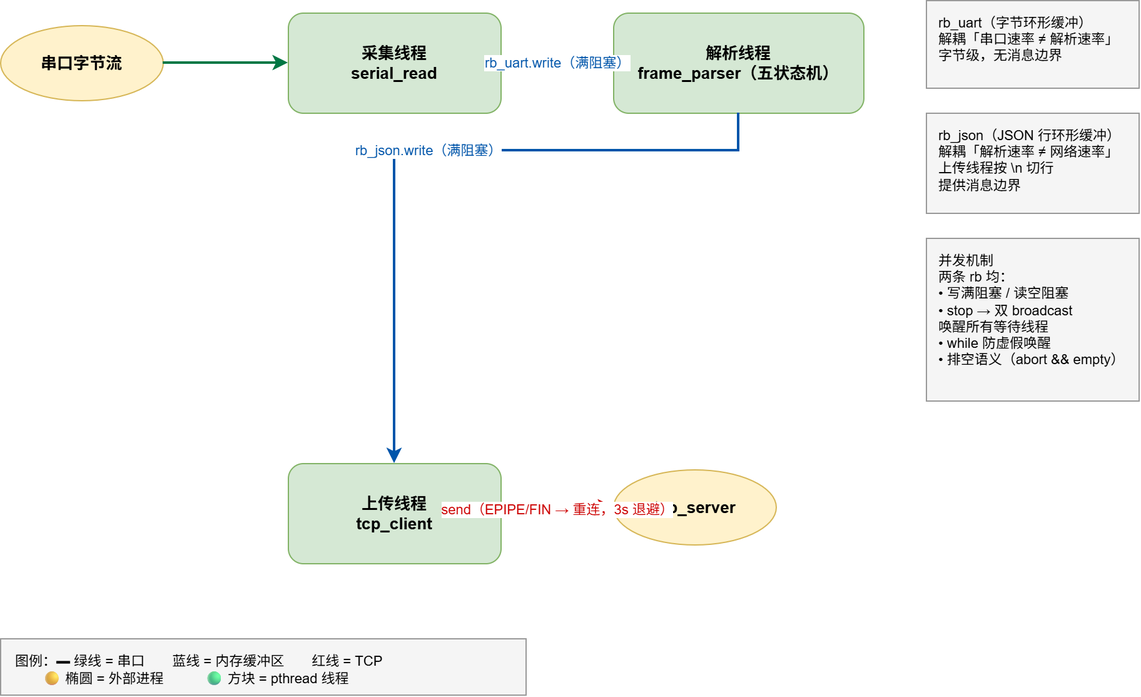
Above: docs/dataflow.png in 6sense6/linux_gateway (draw.io), before the change. Source tidied: cells renumbered, new cells last; positions are measured from the earlier drawing's top-left corner, leaving out a move shared by most shapes.
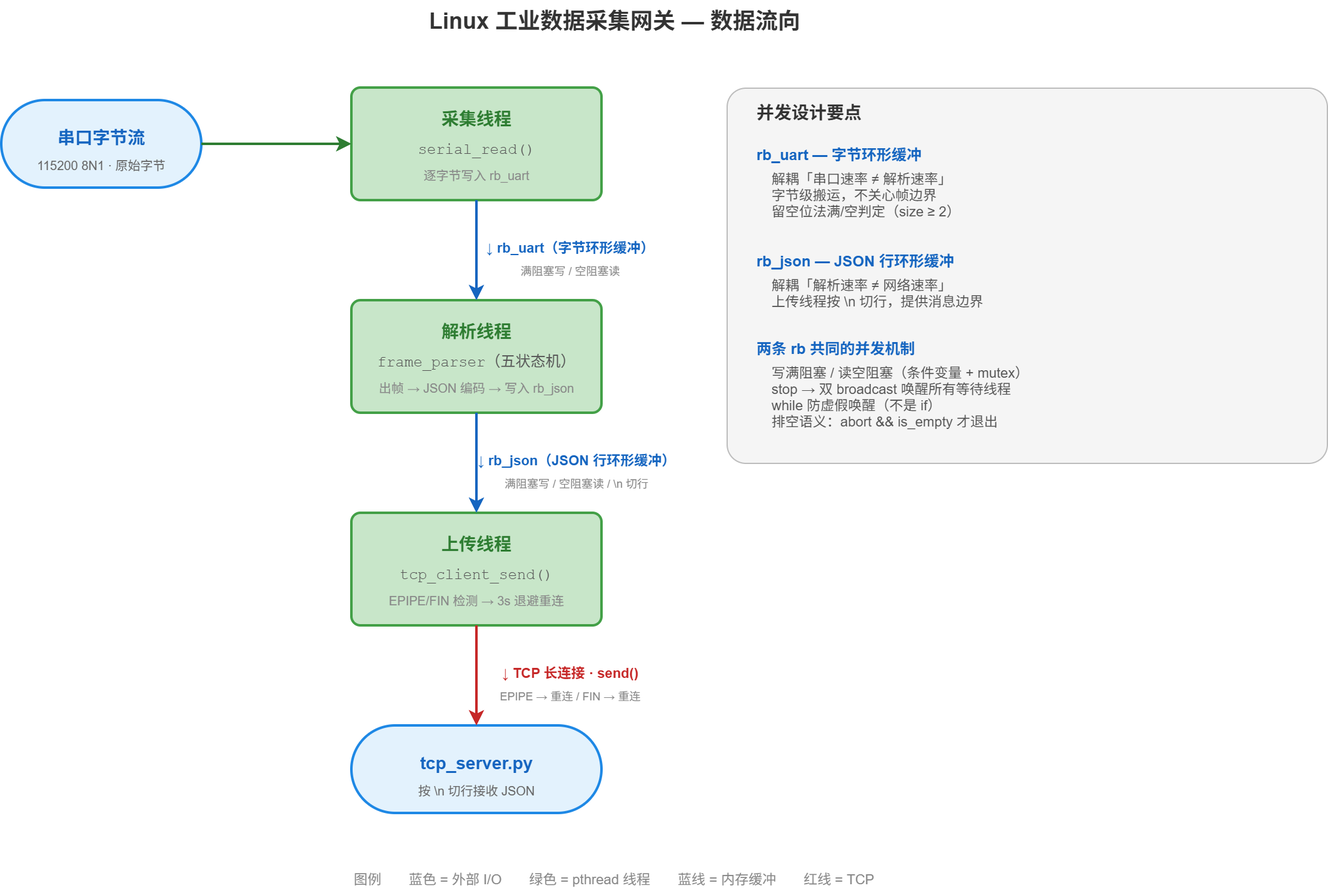
Above is the later version.

Commit message:
day7: redesign diagrams, cleaner color scheme

Diff of the diagram source:
```diff
@@ -2,49 +2,131 @@
   <root>
     <mxCell id="0" />
     <mxCell id="1" parent="0" />
+    <mxCell id="15" value="Linux 工业数据采集网关 — 数据流向" style="text;html=1;fontSize=18;fontStyle=1;fontColor=#333333;align=center;" parent="1" vertex="1">
+      <mxGeometry x="220" y="-20" width="500" height="30" as="geometry" />
+    </mxCell>
+    <mxCell id="16" style="rounded=1;whiteSpace=wrap;fillColor=#E3F2FD;strokeColor=#1E88E5;strokeWidth=2;arcSize=50;" parent="1" vertex="1">
+      <mxGeometry x="-20" y="60" width="160" height="70" as="geometry" />
+    </mxCell>
-    <mxCell id="2" value="串口字节流" style="ellipse;whiteSpace=wrap;html=1;fillColor=#fff2cc;strokeColor=#d6b656;fontSize=13;fontStyle=1;" parent="1" vertex="1">
-      <mxGeometry y="20" width="130" height="60" as="geometry" />
+    <mxCell id="2" value="串口字节流" style="text;fontSize=14;fontStyle=1;fontColor=#1565C0;align=center;" parent="1" vertex="1">
+      <mxGeometry x="-20" y="75" width="160" height="25" as="geometry" />
     </mxCell>
-    <mxCell id="3" value="采集线程&#10;serial_read" style="rounded=1;whiteSpace=wrap;html=1;fillColor=#d5e8d4;strokeColor=#82b366;fontSize=13;fontStyle=1;" parent="1" vertex="1">
-      <mxGeometry x="230" y="10" width="170" height="80" as="geometry" />
-    </mxCell>
-    <mxCell id="4" value="解析线程&#10;frame_parser（五状态机）" style="rounded=1;whiteSpace=wrap;html=1;fillColor=#d5e8d4;strokeColor=#82b366;fontSize=13;fontStyle=1;" parent="1" vertex="1">
-      <mxGeometry x="490" y="10" width="200" height="80" as="geometry" />
-    </mxCell>
-    <mxCell id="5" value="上传线程&#10;tcp_client" style="rounded=1;whiteSpace=wrap;html=1;fillColor=#d5e8d4;strokeColor=#82b366;fontSize=13;fontStyle=1;" parent="1" vertex="1">
-      <mxGeometry x="230" y="370" width="170" height="80" as="geometry" />
-    </mxCell>
-    <mxCell id="6" value="tcp_server" style="ellipse;whiteSpace=wrap;html=1;fillColor=#fff2cc;strokeColor=#d6b656;fontSize=13;fontStyle=1;" parent="1" vertex="1">
-      <mxGeometry x="490" y="375" width="130" height="60" as="geometry" />
-    </mxCell>
+    <mxCell id="17" value="115200 8N1 · 原始字节" style="text;fontSize=10;fontColor=#666666;align=center;" parent="1" vertex="1">
+      <mxGeometry x="-20" y="100" width="160" height="18" as="geometry" />
+    </mxCell>
+    <mxCell id="18" style="rounded=1;whiteSpace=wrap;fillColor=#C8E6C9;strokeColor=#43A047;strokeWidth=2;arcSize=8;" parent="1" vertex="1">
+      <mxGeometry x="260" y="50" width="200" height="90" as="geometry" />
+    </mxCell>
+    <mxCell id="19" value="采集线程" style="text;fontSize=14;fontStyle=1;fontColor=#2E7D32;align=center;" parent="1" vertex="1">
+      <mxGeometry x="260" y="60" width="200" height="25" as="geometry" />
+    </mxCell>
+    <mxCell id="20" value="serial_read()" style="text;fontSize=12;fontColor=#555555;align=center;fontFamily=Courier New;" parent="1" vertex="1">
+      <mxGeometry x="260" y="85" width="200" height="20" as="geometry" />
+    </mxCell>
+    <mxCell id="21" value="逐字节写入 rb_uart" style="text;fontSize=10;fontColor=#888888;align=center;" parent="1" vertex="1">
+      <mxGeometry x="260" y="108" width="200" height="20" as="geometry" />
+    </mxCell>
+    <mxCell id="22" style="rounded=1;whiteSpace=wrap;fillColor=#C8E6C9;strokeColor=#43A047;strokeWidth=2;arcSize=8;" parent="1" vertex="1">
+      <mxGeometry x="260" y="220" width="200" height="90" as="geometry" />
+    </mxCell>
+    <mxCell id="23" value="解析线程" style="text;fontSize=14;fontStyle=1;fontColor=#2E7D32;align=center;" parent="1" vertex="1">
+      <mxGeometry x="260" y="230" width="200" height="25" as="geometry" />
+    </mxCell>
+    <mxCell id="24" value="frame_parser（五状态机）" style="text;fontSize=12;fontColor=#555555;align=center;fontFamily=Courier New;" parent="1" vertex="1">
+      <mxGeometry x="260" y="255" width="200" height="20" as="geometry" />
+    </mxCell>
+    <mxCell id="25" value="出帧 → JSON 编码 → 写入 rb_json" style="text;fontSize=10;fontColor=#888888;align=center;" parent="1" vertex="1">
+      <mxGeometry x="260" y="278" width="200" height="20" as="geometry" />
+    </mxCell>
+    <mxCell id="26" style="rounded=1;whiteSpace=wrap;fillColor=#C8E6C9;strokeColor=#43A047;strokeWidth=2;arcSize=8;" parent="1" vertex="1">
+      <mxGeometry x="260" y="390" width="200" height="90" as="geometry" />
+    </mxCell>
+    <mxCell id="27" value="上传线程" style="text;fontSize=14;fontStyle=1;fontColor=#2E7D32;align=center;" parent="1" vertex="1">
+      <mxGeometry x="260" y="400" width="200" height="25" as="geometry" />
+    </mxCell>
+    <mxCell id="28" value="tcp_client_send()" style="text;fontSize=12;fontColor=#555555;align=center;fontFamily=Courier New;" parent="1" vertex="1">
+      <mxGeometry x="260" y="425" width="200" height="20" as="geometry" />
+    </mxCell>
+    <mxCell id="29" value="EPIPE/FIN 检测 → 3s 退避重连" style="text;fontSize=10;fontColor=#888888;align=center;" parent="1" vertex="1">
+      <mxGeometry x="260" y="448" width="200" height="20" as="geometry" />
+    </mxCell>
+    <mxCell id="30" style="rounded=1;whiteSpace=wrap;fillColor=#E3F2FD;strokeColor=#1E88E5;strokeWidth=2;arcSize=50;" parent="1" vertex="1">
+      <mxGeometry x="260" y="560" width="200" height="70" as="geometry" />
+    </mxCell>
+    <mxCell id="31" value="tcp_server.py" style="text;fontSize=14;fontStyle=1;fontColor=#1565C0;align=center;" parent="1" vertex="1">
+      <mxGeometry x="260" y="575" width="200" height="25" as="geometry" />
+    </mxCell>
+    <mxCell id="32" value="按 \n 切行接收 JSON" style="text;fontSize=10;fontColor=#666666;align=center;" parent="1" vertex="1">
+      <mxGeometry x="260" y="600" width="200" height="18" as="geometry" />
+    </mxCell>
-    <mxCell id="7" style="edgeStyle=orthogonalEdgeStyle;rounded=0;jettySize=auto;html=1;strokeColor=#007744;strokeWidth=2;endArrow=classic;" parent="1" edge="1" source="2" target="3">
-      <mxGeometry relative="1" as="geometry" />
+    <mxCell id="7" style="endArrow=classic;html=1;strokeColor=#2E7D32;strokeWidth=2;" parent="1" edge="1">
+      <mxGeometry relative="1" as="geometry">
+        <mxPoint x="140" y="95" as="sourcePoint" />
+        <mxPoint x="260" y="95" as="targetPoint" />
+      </mxGeometry>
     </mxCell>
-    <mxCell id="8" value="                                  rb_uart.write（满阻塞）" style="edgeStyle=orthogonalEdgeStyle;rounded=0;jettySize=auto;html=1;fontSize=11;fontColor=#0055AA;strokeColor=#0055AA;strokeWidth=2;endArrow=classic;" parent="1" edge="1" source="3" target="4">
-      <mxGeometry relative="1" as="geometry" />
+    <mxCell id="8" style="endArrow=classic;html=1;strokeColor=#1565C0;strokeWidth=2;" parent="1" edge="1">
+      <mxGeometry relative="1" as="geometry">
+        <mxPoint x="360" y="140" as="sourcePoint" />
+        <mxPoint x="360" y="220" as="targetPoint" />
+      </mxGeometry>
     </mxCell>
+    <mxCell id="33" value="↓ rb_uart（字节环形缓冲）" style="text;fontSize=11;fontStyle=1;fontColor=#1565C0;align=center;" parent="1" vertex="1">
+      <mxGeometry x="350" y="165" width="170" height="20" as="geometry" />
+    </mxCell>
+    <mxCell id="34" value="满阻塞写 / 空阻塞读" style="text;fontSize=9;fontColor=#888888;align=center;" parent="1" vertex="1">
+      <mxGeometry x="350" y="185" width="170" height="16" as="geometry" />
+    </mxCell>
-    <mxCell id="9" value="                      rb_json.write（满阻塞）" style="edgeStyle=orthogonalEdgeStyle;rounded=0;jettySize=auto;html=1;fontSize=11;fontColor=#0055AA;strokeColor=#0055AA;strokeWidth=2;endArrow=classic;" parent="1" edge="1" source="4" target="5">
+    <mxCell id="9" style="endArrow=classic;html=1;strokeColor=#1565C0;strokeWidth=2;" parent="1" edge="1">
       <mxGeometry relative="1" as="geometry">
-        <Array as="points">
-          <mxPoint x="590" y="120" />
-          <mxPoint x="315" y="120" />
-        </Array>
+        <mxPoint x="360" y="310" as="sourcePoint" />
+        <mxPoint x="360" y="390" as="targetPoint" />
       </mxGeometry>
     </mxCell>
+    <mxCell id="35" value="↓ rb_json（JSON 行环形缓冲）" style="text;fontSize=11;fontStyle=1;fontColor=#1565C0;align=center;" parent="1" vertex="1">
+      <mxGeometry x="350" y="335" width="180" height="20" as="geometry" />
+    </mxCell>
+    <mxCell id="36" value="满阻塞写 / 空阻塞读 / \n 切行" style="text;fontSize=9;fontColor=#888888;align=center;" parent="1" vertex="1">
+      <mxGeometry x="350" y="355" width="180" height="24" as="geometry" />
+    </mxCell>
-    <mxCell id="10" value="send（EPIPE/FIN → 重连，3s 退避）" style="edgeStyle=orthogonalEdgeStyle;rounded=0;jettySize=auto;html=1;fontSize=11;fontColor=#CC0000;strokeColor=#CC0000;strokeWidth=2;endArrow=classic;" parent="1" edge="1" source="5" target="6">
-      <mxGeometry relative="1" as="geometry" />
+    <mxCell id="10" style="endArrow=classic;html=1;strokeColor=#C62828;strokeWidth=2;" parent="1" edge="1">
+      <mxGeometry relative="1" as="geometry">
+        <mxPoint x="360" y="480" as="sourcePoint" />
+        <mxPoint x="360" y="560" as="targetPoint" />
+      </mxGeometry>
     </mxCell>
-    <mxCell id="11" value="rb_uart（字节环形缓冲）&#10;解耦「串口速率 ≠ 解析速率」&#10;字节级，无消息边界" style="rounded=0;whiteSpace=wrap;html=1;fillColor=#f5f5f5;strokeColor=#999999;align=left;verticalAlign=top;fontSize=11;spacingLeft=8;spacingTop=5;" parent="1" vertex="1">
-      <mxGeometry x="740" width="170" height="70" as="geometry" />
-    </mxCell>
-    <mxCell id="12" value="rb_json（JSON 行环形缓冲）&#10;解耦「解析速率 ≠ 网络速率」&#10;上传线程按 \n 切行&#10;提供消息边界" style="rounded=0;whiteSpace=wrap;html=1;fillColor=#f5f5f5;strokeColor=#999999;align=left;verticalAlign=top;fontSize=11;spacingLeft=8;spacingTop=5;" parent="1" vertex="1">
-      <mxGeometry x="740" y="90" width="170" height="80" as="geometry" />
-    </mxCell>
-    <mxCell id="13" value="并发机制&#10;两条 rb 均：&#10;  • 写满阻塞 / 读空阻塞&#10;  • stop → 双 broadcast&#10;    唤醒所有等待线程&#10;  • while 防虚假唤醒&#10;  • 排空语义（abort &amp;&amp; empty）" style="rounded=0;whiteSpace=wrap;html=1;fillColor=#f5f5f5;strokeColor=#999999;align=left;verticalAlign=top;fontSize=11;spacingLeft=8;spacingTop=5;" parent="1" vertex="1">
-      <mxGeometry x="740" y="190" width="170" height="130" as="geometry" />
-    </mxCell>
+    <mxCell id="37" value="↓ TCP 长连接 · send()" style="text;fontSize=11;fontStyle=1;fontColor=#C62828;align=center;" parent="1" vertex="1">
+      <mxGeometry x="355" y="505" width="160" height="20" as="geometry" />
+    </mxCell>
+    <mxCell id="38" value="EPIPE → 重连 / FIN → 重连" style="text;fontSize=9;fontColor=#888888;align=center;" parent="1" vertex="1">
+      <mxGeometry x="355" y="525" width="160" height="16" as="geometry" />
+    </mxCell>
+    <mxCell id="39" style="rounded=1;whiteSpace=wrap;fillColor=#F5F5F5;strokeColor=#BDBDBD;arcSize=5;" parent="1" vertex="1">
+      <mxGeometry x="560" y="50" width="480" height="300" as="geometry" />
+    </mxCell>
+    <mxCell id="40" value="并发设计要点" style="text;fontSize=14;fontStyle=1;fontColor=#333333;align=left;spacingLeft=12;" parent="1" vertex="1">
+      <mxGeometry x="570" y="55" width="300" height="25" as="geometry" />
+    </mxCell>
+    <mxCell id="41" value="rb_uart — 字节环形缓冲" style="text;fontSize=12;fontStyle=1;fontColor=#1565C0;align=left;spacingLeft=12;" parent="1" vertex="1">
+      <mxGeometry x="570" y="90" width="300" height="20" as="geometry" />
+    </mxCell>
+    <mxCell id="42" value="解耦「串口速率 ≠ 解析速率」&#10;字节级搬运，不关心帧边界&#10;留空位法满/空判定（size ≥ 2）" style="text;fontSize=11;fontColor=#555555;align=left;spacingLeft=24;" parent="1" vertex="1">
+      <mxGeometry x="570" y="110" width="460" height="55" as="geometry" />
+    </mxCell>
+    <mxCell id="43" value="rb_json — JSON 行环形缓冲" style="text;fontSize=12;fontStyle=1;fontColor=#1565C0;align=left;spacingLeft=12;" parent="1" vertex="1">
+      <mxGeometry x="570" y="175" width="300" height="20" as="geometry" />
+    </mxCell>
+    <mxCell id="44" value="解耦「解析速率 ≠ 网络速率」&#10;上传线程按 \n 切行，提供消息边界" style="text;fontSize=11;fontColor=#555555;align=left;spacingLeft=24;" parent="1" vertex="1">
+      <mxGeometry x="570" y="195" width="460" height="40" as="geometry" />
+    </mxCell>
+    <mxCell id="45" value="两条 rb 共同的并发机制" style="text;fontSize=12;fontStyle=1;fontColor=#1565C0;align=left;spacingLeft=12;" parent="1" vertex="1">
+      <mxGeometry x="570" y="245" width="300" height="20" as="geometry" />
+    </mxCell>
+    <mxCell id="46" value="写满阻塞 / 读空阻塞（条件变量 + mutex）&#10;stop → 双 broadcast 唤醒所有等待线程&#10;while 防虚假唤醒（不是 if）&#10;排空语义：abort &amp;&amp; is_empty 才退出" style="text;fontSize=11;fontColor=#555555;align=left;spacingLeft=24;" parent="1" vertex="1">
+      <mxGeometry x="570" y="265" width="460" height="70" as="geometry" />
+    </mxCell>
-    <mxCell id="14" value="图例：▬ 绿线 = 串口　　蓝线 = 内存缓冲区　　红线 = TCP&#10;　　🟡 椭圆 = 外部进程　　　🟢 方块 = pthread 线程" style="rounded=0;whiteSpace=wrap;html=1;fillColor=#f5f5f5;strokeColor=#999999;align=left;fontSize=11;spacingLeft=10;spacingTop=5;" parent="1" vertex="1">
-      <mxGeometry y="510" width="420" height="45" as="geometry" />
+    <mxCell id="14" value="图例　　蓝色 = 外部 I/O　　绿色 = pthread 线程　　蓝线 = 内存缓冲　　红线 = TCP" style="text;fontSize=11;fontColor=#888888;align=center;" parent="1" vertex="1">
+      <mxGeometry x="170" y="670" width="600" height="20" as="geometry" />
     </mxCell>
   </root>
 </mxGraphModel>
```
